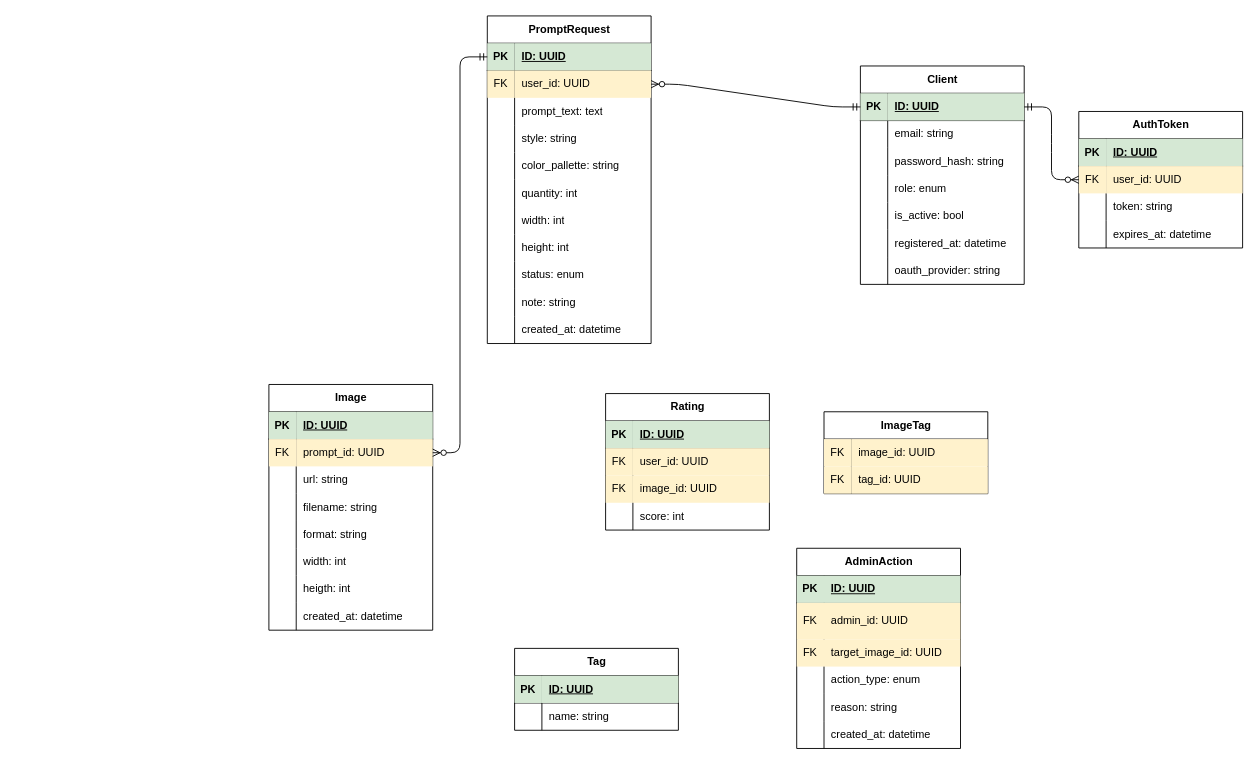
KusakinEgor/fastapi-image-generator keeps this draw.io diagram as docs/diagrams/db_schema.dio. Above is the earlier version. Source tidied: cells renumbered, new cells numbered last; positions are measured from the earlier drawing's top-left corner, leaving out a move shared by most shapes. Both pictures are drawn from the tidied source at 91%, with x=0, y=0 at pixel (268, 15).
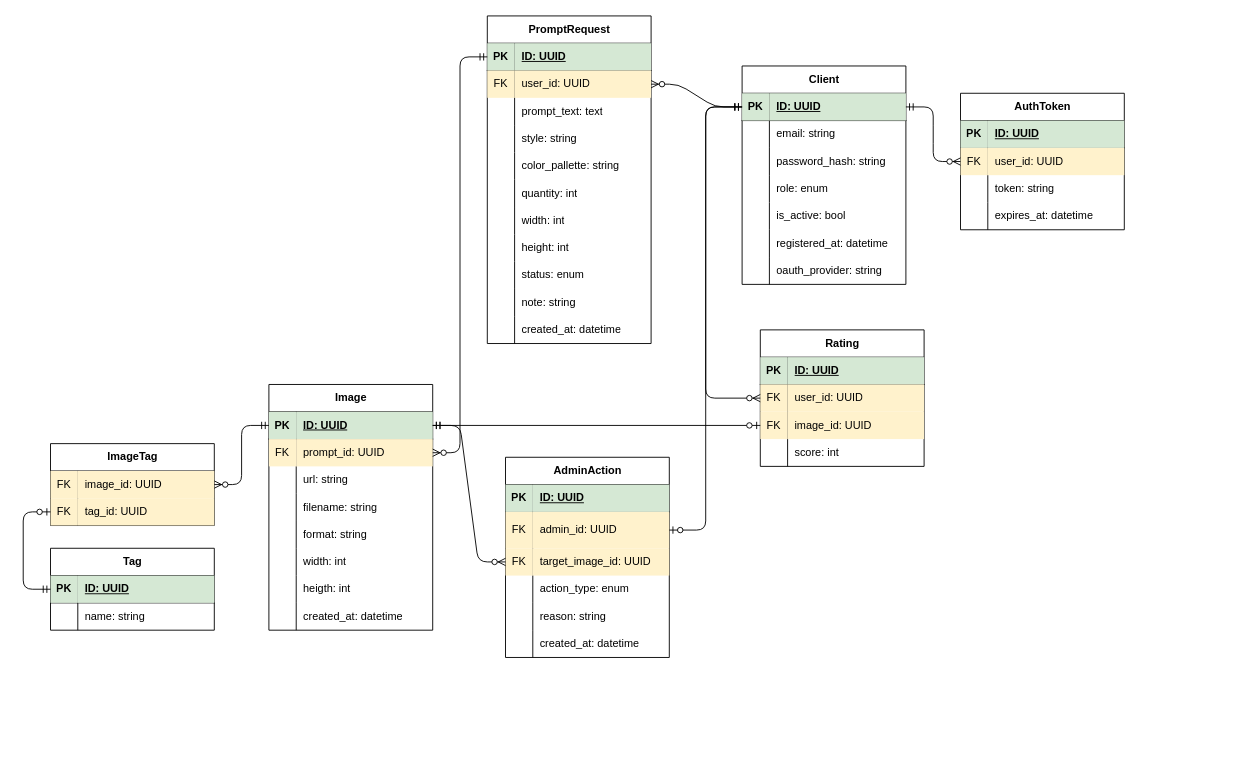
Above is the later version.

The change refers to these unchanged cells:
```xml
<mxCell id="3" style="shape=tableRow;horizontal=0;startSize=0;swimlaneHead=0;swimlaneBody=0;fillColor=none;points=[[0,0.5],[1,0.5]];portConstraint=eastwest;top=0;left=0;right=0;bottom=1;" parent="2" vertex="1">
  <mxGeometry y="30" width="180" height="30" as="geometry" />
</mxCell>
<mxCell id="72" style="shape=tableRow;horizontal=0;startSize=0;swimlaneHead=0;swimlaneBody=0;fillColor=none;points=[[0,0.5],[1,0.5]];portConstraint=eastwest;top=0;left=0;right=0;bottom=1;" parent="71" vertex="1">
  <mxGeometry y="30" width="180" height="30" as="geometry" />
</mxCell>
<mxCell id="97" style="shape=tableRow;horizontal=0;startSize=0;swimlaneHead=0;swimlaneBody=0;fillColor=none;points=[[0,0.5],[1,0.5]];portConstraint=eastwest;top=0;left=0;right=0;bottom=1;" parent="96" vertex="1">
  <mxGeometry y="30" width="180" height="30" as="geometry" />
</mxCell>
<mxCell id="104" style="shape=tableRow;horizontal=0;startSize=0;swimlaneHead=0;swimlaneBody=0;fillColor=none;points=[[0,0.5],[1,0.5]];portConstraint=eastwest;top=0;left=0;right=0;bottom=0;" parent="103" vertex="1">
  <mxGeometry y="30" width="180" height="30" as="geometry" />
</mxCell>
<mxCell id="107" style="shape=tableRow;horizontal=0;startSize=0;swimlaneHead=0;swimlaneBody=0;fillColor=none;points=[[0,0.5],[1,0.5]];portConstraint=eastwest;top=0;left=0;right=0;bottom=0;" parent="103" vertex="1">
  <mxGeometry y="60" width="180" height="30" as="geometry" />
</mxCell>
<mxCell id="114" style="shape=tableRow;horizontal=0;startSize=0;swimlaneHead=0;swimlaneBody=0;fillColor=none;points=[[0,0.5],[1,0.5]];portConstraint=eastwest;top=0;left=0;right=0;bottom=0;" parent="110" vertex="1">
  <mxGeometry y="60" width="180" height="30" as="geometry" />
</mxCell>
<mxCell id="117" style="shape=tableRow;horizontal=0;startSize=0;swimlaneHead=0;swimlaneBody=0;fillColor=none;points=[[0,0.5],[1,0.5]];portConstraint=eastwest;top=0;left=0;right=0;bottom=0;" parent="110" vertex="1">
  <mxGeometry y="90" width="180" height="30" as="geometry" />
</mxCell>
<mxCell id="127" style="shape=tableRow;horizontal=0;startSize=0;swimlaneHead=0;swimlaneBody=0;fillColor=none;points=[[0,0.5],[1,0.5]];portConstraint=eastwest;top=0;left=0;right=0;bottom=0;" parent="123" vertex="1">
  <mxGeometry y="60" width="180" height="40" as="geometry" />
</mxCell>
<mxCell id="130" style="shape=tableRow;horizontal=0;startSize=0;swimlaneHead=0;swimlaneBody=0;fillColor=none;points=[[0,0.5],[1,0.5]];portConstraint=eastwest;top=0;left=0;right=0;bottom=0;" parent="123" vertex="1">
  <mxGeometry y="100" width="180" height="30" as="geometry" />
</mxCell>
```

The edit, as a diff of the source:
```diff
@@
     <mxCell id="2" value="Client" style="shape=table;startSize=30;childLayout=tableLayout;rowLines=0;fontStyle=1;align=center;html=1;" parent="1" vertex="1">
-      <mxGeometry x="650" y="55" width="180" height="240" as="geometry" />
+      <mxGeometry x="520" y="55" width="180" height="240" as="geometry" />
     </mxCell>
@@
     <mxCell id="24" value="AuthToken" style="shape=table;startSize=30;childLayout=tableLayout;rowLines=0;fontStyle=1;align=center;html=1;" parent="1" vertex="1">
-      <mxGeometry x="890" y="105" width="180" height="150" as="geometry" />
+      <mxGeometry x="760" y="85" width="180" height="150" as="geometry" />
     </mxCell>
@@
     <mxCell id="96" value="Tag" style="shape=table;startSize=30;childLayout=tableLayout;rowLines=0;fontStyle=1;align=center;html=1;" parent="1" vertex="1">
-      <mxGeometry x="270" y="695" width="180" height="90" as="geometry" />
+      <mxGeometry x="-240" y="585" width="180" height="90" as="geometry" />
     </mxCell>
@@
     <mxCell id="103" value="ImageTag" style="shape=table;startSize=30;childLayout=tableLayout;rowLines=0;fontStyle=1;align=center;html=1;" parent="1" vertex="1">
-      <mxGeometry x="610" y="435" width="180" height="90" as="geometry" />
+      <mxGeometry x="-240" y="470" width="180" height="90" as="geometry" />
     </mxCell>
@@
     <mxCell id="110" value="Rating" style="shape=table;startSize=30;childLayout=tableLayout;rowLines=0;fontStyle=1;align=center;html=1;" parent="1" vertex="1">
-      <mxGeometry x="370" y="415" width="180" height="150" as="geometry" />
+      <mxGeometry x="540" y="345" width="180" height="150" as="geometry" />
     </mxCell>
@@
     <mxCell id="123" value="AdminAction" style="shape=table;startSize=30;childLayout=tableLayout;rowLines=0;fontStyle=1;align=center;html=1;" parent="1" vertex="1">
-      <mxGeometry x="580" y="585" width="180" height="220" as="geometry" />
+      <mxGeometry x="260" y="485" width="180" height="220" as="geometry" />
     </mxCell>
@@
+    <mxCell id="145" style="edgeStyle=entityRelationEdgeStyle;fontSize=12;html=1;endArrow=ERzeroToMany;startArrow=ERmandOne;exitX=0;exitY=0.5;exitDx=0;exitDy=0;entryX=1;entryY=0.5;entryDx=0;entryDy=0;" parent="1" edge="1" source="72" target="104">
+      <mxGeometry relative="1" as="geometry" />
+    </mxCell>
+    <mxCell id="146" style="edgeStyle=orthogonalEdgeStyle;fontSize=12;html=1;endArrow=ERzeroToOne;startArrow=ERmandOne;entryX=0;entryY=0.5;entryDx=0;entryDy=0;exitX=0;exitY=0.5;exitDx=0;exitDy=0;" parent="1" edge="1" source="97" target="107">
+      <mxGeometry relative="1" as="geometry">
+        <Array as="points">
+          <mxPoint x="-270" y="630" />
+          <mxPoint x="-270" y="545" />
+        </Array>
+      </mxGeometry>
+    </mxCell>
+    <mxCell id="147" style="edgeStyle=orthogonalEdgeStyle;fontSize=12;html=1;endArrow=ERzeroToMany;startArrow=ERmandOne;exitX=0;exitY=0.5;exitDx=0;exitDy=0;entryX=0;entryY=0.5;entryDx=0;entryDy=0;" parent="1" edge="1" source="3" target="114">
+      <mxGeometry relative="1" as="geometry">
+        <Array as="points">
+          <mxPoint x="480" y="100" />
+          <mxPoint x="480" y="420" />
+        </Array>
+      </mxGeometry>
+    </mxCell>
+    <mxCell id="148" style="fontSize=12;html=1;endArrow=ERzeroToOne;startArrow=ERmandOne;entryX=0;entryY=0.5;entryDx=0;entryDy=0;exitX=1;exitY=0.5;exitDx=0;exitDy=0;" parent="1" edge="1" source="72" target="117">
+      <mxGeometry relative="1" as="geometry" />
+    </mxCell>
+    <mxCell id="149" style="edgeStyle=entityRelationEdgeStyle;fontSize=12;html=1;endArrow=ERzeroToMany;startArrow=ERmandOne;entryX=0;entryY=0.5;entryDx=0;entryDy=0;exitX=1;exitY=0.5;exitDx=0;exitDy=0;" parent="1" edge="1" source="72" target="130">
+      <mxGeometry relative="1" as="geometry" />
+    </mxCell>
+    <mxCell id="150" style="fontSize=12;html=1;endArrow=ERzeroToOne;startArrow=ERmandOne;entryX=1;entryY=0.5;entryDx=0;entryDy=0;exitX=0;exitY=0.5;exitDx=0;exitDy=0;edgeStyle=orthogonalEdgeStyle;" parent="1" edge="1" source="3" target="127">
+      <mxGeometry relative="1" as="geometry" />
+    </mxCell>
```
